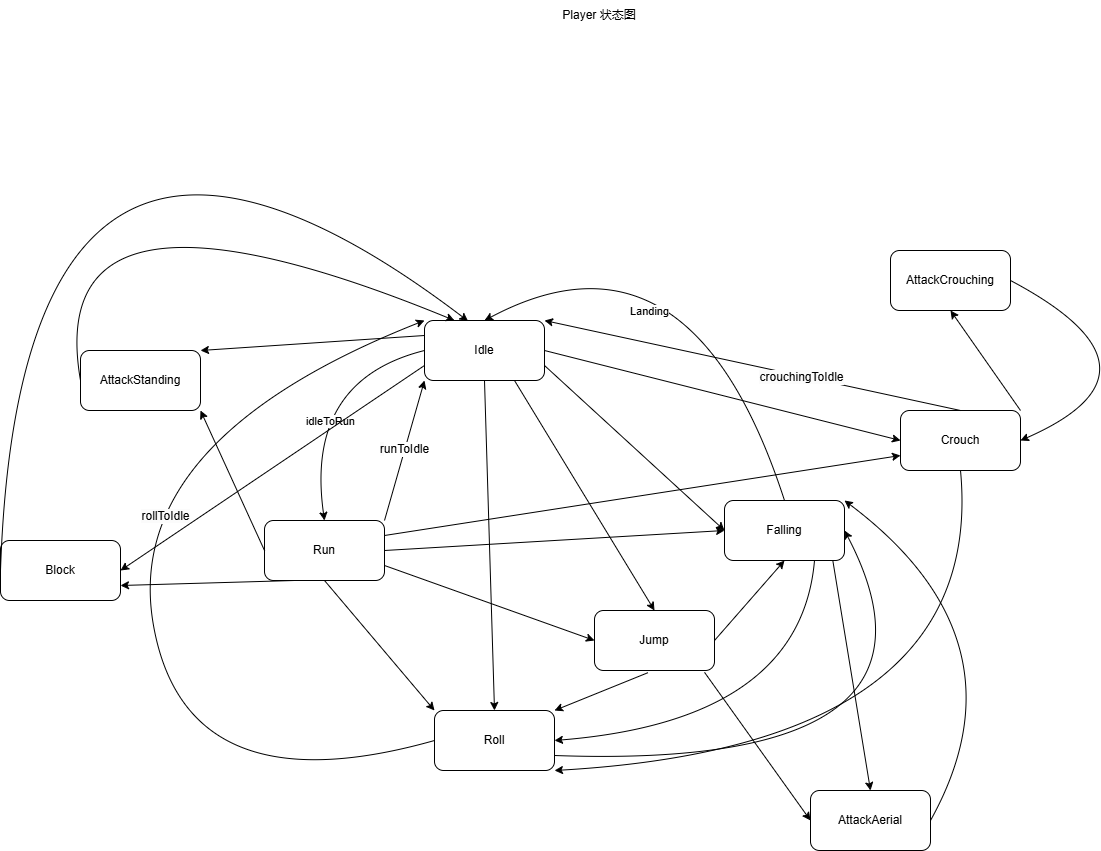
qihaichiaki/GameBase keeps this draw.io diagram as doc/images/playerState.png. Above is the earlier version. Source tidied: cells renumbered, new cells last; positions are measured from the earlier drawing's top-left corner, leaving out a move shared by most shapes.
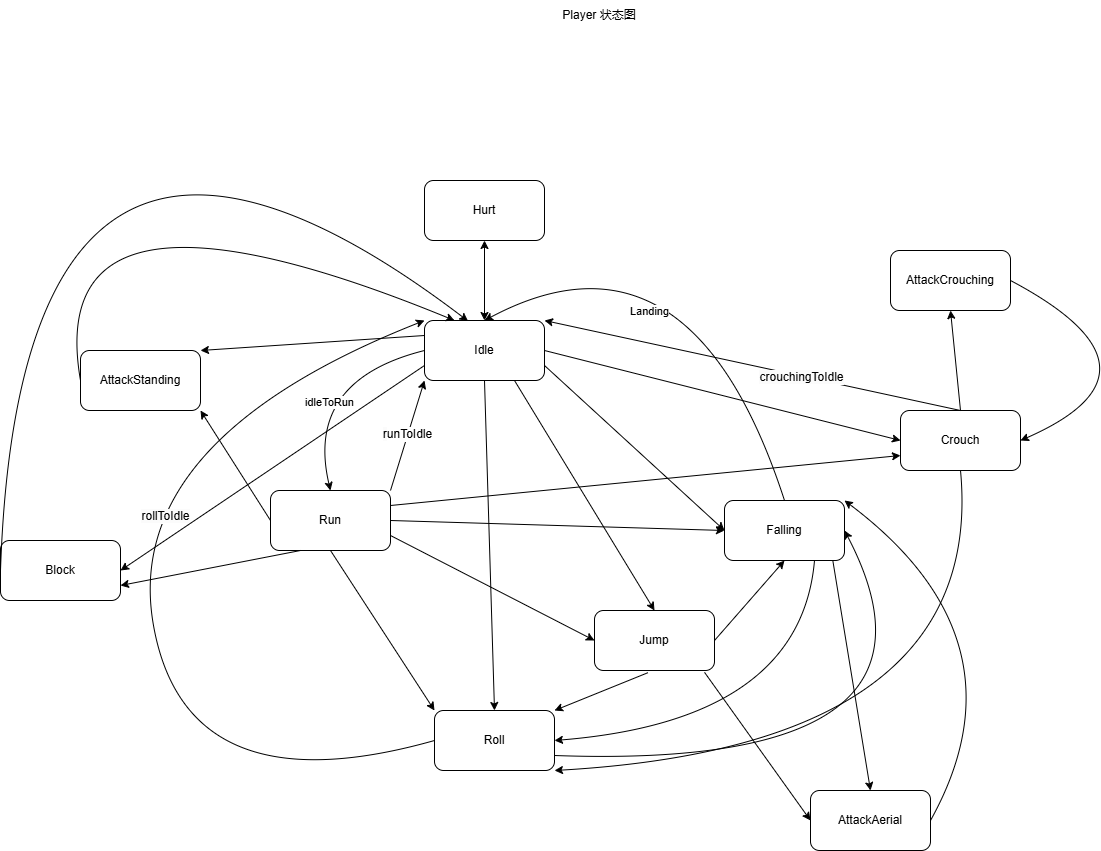
The same diagram one commit later.

Change to the diagram source:
```diff
@@ -6,7 +6,7 @@
       <mxGeometry x="424" y="340" width="120" height="60" as="geometry" />
     </mxCell>
     <mxCell id="3" value="Run" style="rounded=1;whiteSpace=wrap;html=1;" parent="1" vertex="1">
-      <mxGeometry x="264" y="540" width="120" height="60" as="geometry" />
+      <mxGeometry x="270" y="510" width="120" height="60" as="geometry" />
     </mxCell>
     <mxCell id="4" value="Jump" style="rounded=1;whiteSpace=wrap;html=1;" parent="1" vertex="1">
       <mxGeometry x="594" y="630" width="120" height="60" as="geometry" />
@@ -162,7 +162,7 @@
         </Array>
       </mxGeometry>
     </mxCell>
-    <mxCell id="43" style="curved=1;endArrow=classic;html=1;rounded=0;exitX=1;exitY=0;exitDx=0;exitDy=0;entryX=0.5;entryY=1;entryDx=0;entryDy=0;" parent="1" edge="1" source="7" target="34">
+    <mxCell id="43" style="curved=1;endArrow=classic;html=1;rounded=0;exitX=0.5;exitY=0;exitDx=0;exitDy=0;entryX=0.5;entryY=1;entryDx=0;entryDy=0;" parent="1" edge="1" source="7" target="34">
       <mxGeometry relative="1" as="geometry" />
     </mxCell>
     <mxCell id="44" style="curved=1;endArrow=classic;html=1;rounded=0;exitX=1;exitY=0.5;exitDx=0;exitDy=0;entryX=1;entryY=0.5;entryDx=0;entryDy=0;" parent="1" edge="1" source="34" target="7">
@@ -188,5 +188,11 @@
         </Array>
       </mxGeometry>
     </mxCell>
+    <mxCell id="49" value="Hurt" style="rounded=1;whiteSpace=wrap;html=1;" parent="1" vertex="1">
+      <mxGeometry x="424" y="200" width="120" height="60" as="geometry" />
+    </mxCell>
+    <mxCell id="50" style="endArrow=classic;startArrow=classic;html=1;rounded=0;entryX=0.5;entryY=1;entryDx=0;entryDy=0;exitX=0.5;exitY=0;exitDx=0;exitDy=0;" parent="1" edge="1" source="2" target="49">
+      <mxGeometry relative="1" as="geometry" />
+    </mxCell>
   </root>
 </mxGraphModel>
```
